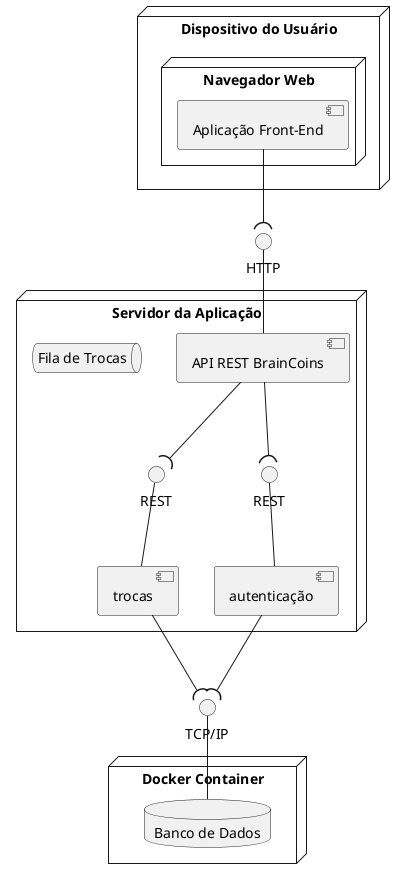
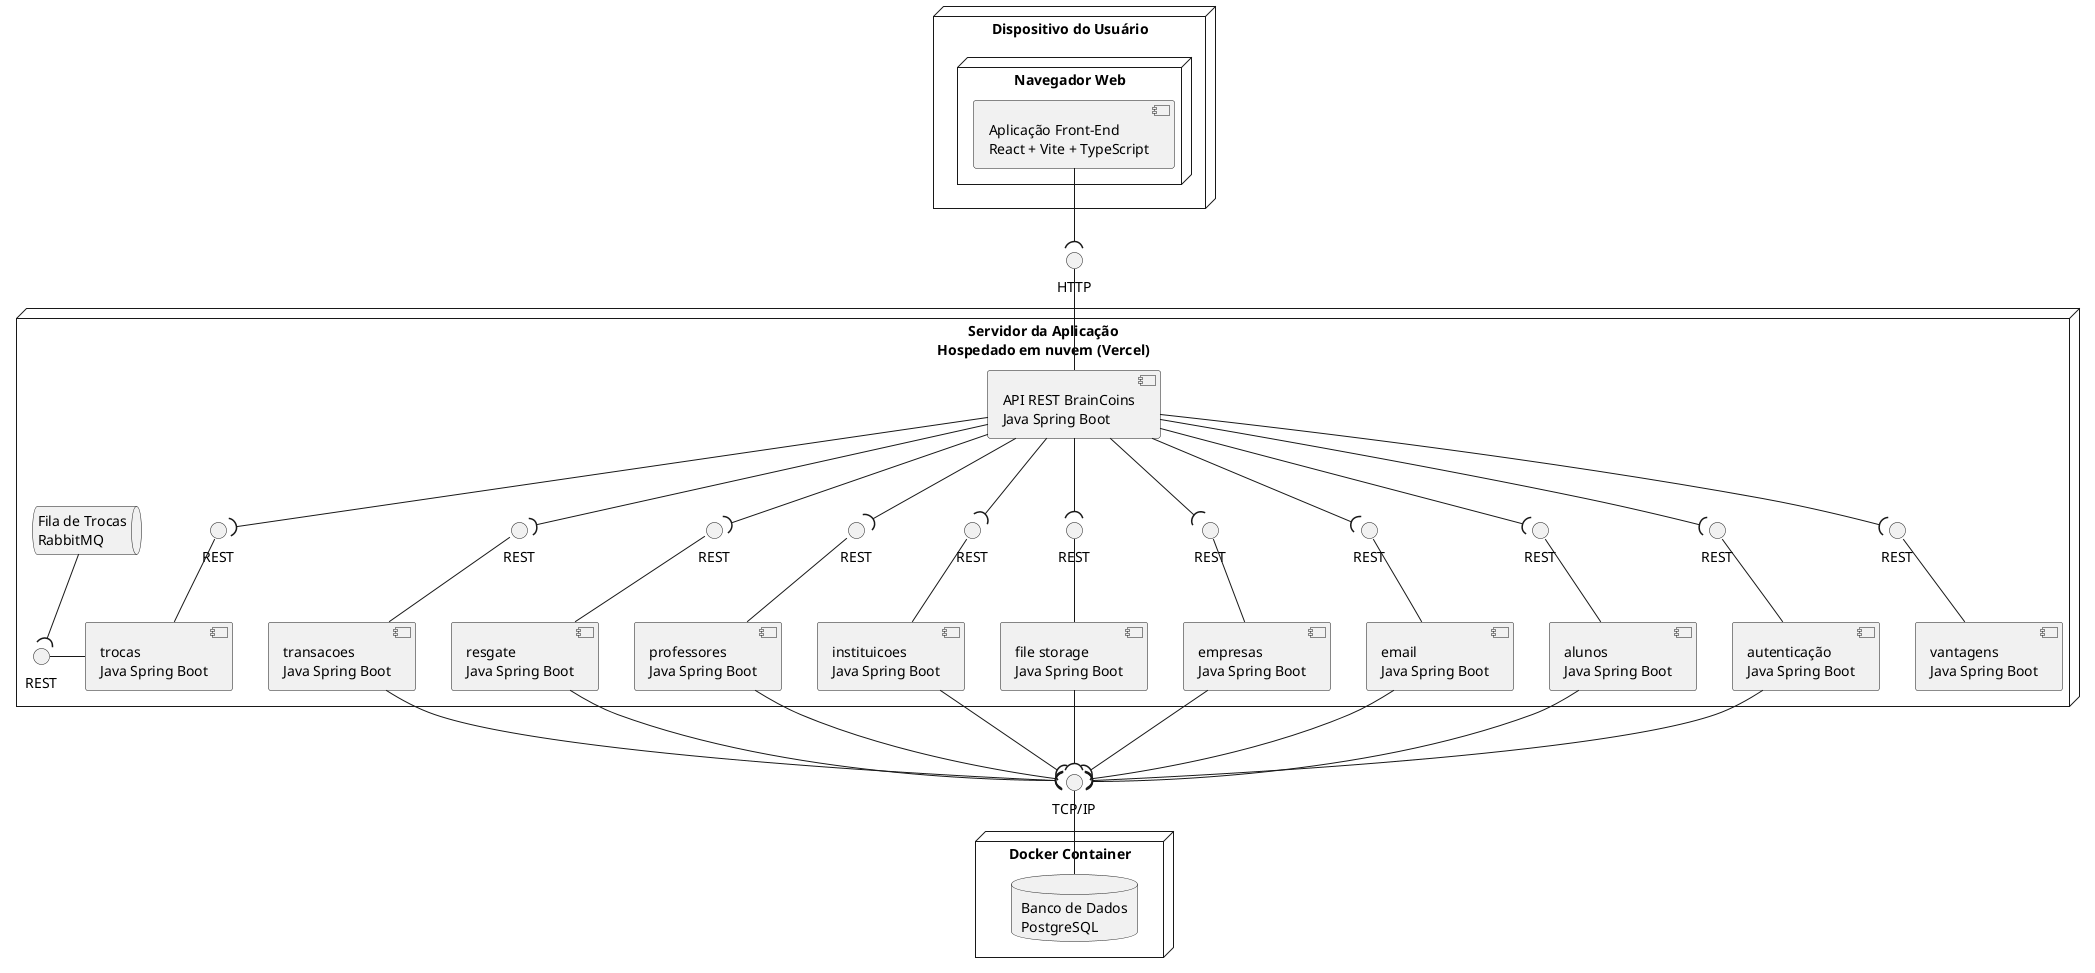
@startuml diagrama-componentes-implantacao

node "Dispositivo do Usuário" as UserDevice {
    node "Navegador Web" as UserBrowser {
-         component "Aplicação Front-End" as Frontend
+         component "Aplicação Front-End\nReact + Vite + TypeScript" as Frontend
    }
}

- node "Servidor da Aplicação" as ApplicationServer {
-     component "API REST BrainCoins" as restApi
-     component "autenticação" as AuthService
-     component "trocas" as TrocasService
-     queue "Fila de Trocas" as TrocasQueue
+ node "Servidor da Aplicação\nHospedado em nuvem (Vercel)" as ApplicationServer {
+     component "API REST BrainCoins\nJava Spring Boot" as restApi
+     component "autenticação\nJava Spring Boot" as AuthService
+     component "alunos\nJava Spring Boot" as AlunoService
+     component "email\nJava Spring Boot" as EmailService
+     component "empresas\nJava Spring Boot" as EmpresaService
+     component "file storage\nJava Spring Boot" as FileStorage
+     component "instituicoes\nJava Spring Boot" as InstituicaoService
+     component "professores\nJava Spring Boot" as ProfessorService
+     component "resgate\nJava Spring Boot" as ResgateService
+     component "transacoes\nJava Spring Boot" as TransacaoService
+     component "trocas\nJava Spring Boot" as TrocasService
+     queue "Fila de Trocas\nRabbitMQ" as TrocasQueue
+     component "vantagens\nJava Spring Boot" as VantagemService

    interface "REST" as REST_auth
+     interface "REST" as REST_alunos
+     interface "REST" as REST_email
+     interface "REST" as REST_empresas
+     interface "REST" as REST_storage
+     interface "REST" as REST_instituicoes
+     interface "REST" as REST_professores
+     interface "REST" as REST_resgate
+     interface "REST" as REST_transacoes
    interface "REST" as REST_trocas
+     interface "REST" as REST_trocas_queue
+     interface "REST" as REST_vantagens
}
interface "HTTP" as HTTP_api

node "Docker Container" as DockerContainer {
-     database "Banco de Dados" as DB
+     database "Banco de Dados\nPostgreSQL" as DB
}
interface "TCP/IP" as TCP_banco
- 
- 

Frontend -down-( HTTP_api
restApi -up- HTTP_api

AuthService -up- REST_auth
restApi -down-( REST_auth
+ AlunoService -up- REST_alunos
+ restApi -down-( REST_alunos
+ EmailService -up- REST_email
+ restApi -down-( REST_email
+ EmpresaService -up- REST_empresas
+ restApi -down-( REST_empresas
+ FileStorage -up- REST_storage
+ restApi -down-( REST_storage
+ InstituicaoService -up- REST_instituicoes
+ restApi -down-( REST_instituicoes
+ ProfessorService -up- REST_professores
+ restApi -down-( REST_professores
+ ResgateService -up- REST_resgate
+ restApi -down-( REST_resgate
+ TransacaoService -up- REST_transacoes
+ restApi -down-( REST_transacoes
TrocasService -up- REST_trocas
restApi -down-( REST_trocas
+ TrocasService -left- REST_trocas_queue
+ TrocasQueue -down-( REST_trocas_queue
+ VantagemService -up- REST_vantagens
+ restApi -down-( REST_vantagens

DB -up- TCP_banco
AuthService -down-( TCP_banco
- TrocasService -down-( TCP_banco
+ AlunoService -down-( TCP_banco
+ EmailService -down-( TCP_banco
+ EmpresaService -down-( TCP_banco
+ FileStorage -down-( TCP_banco
+ InstituicaoService -down-( TCP_banco
+ ProfessorService -down-( TCP_banco
+ ResgateService -down-( TCP_banco
+ TransacaoService -down-( TCP_banco

@enduml